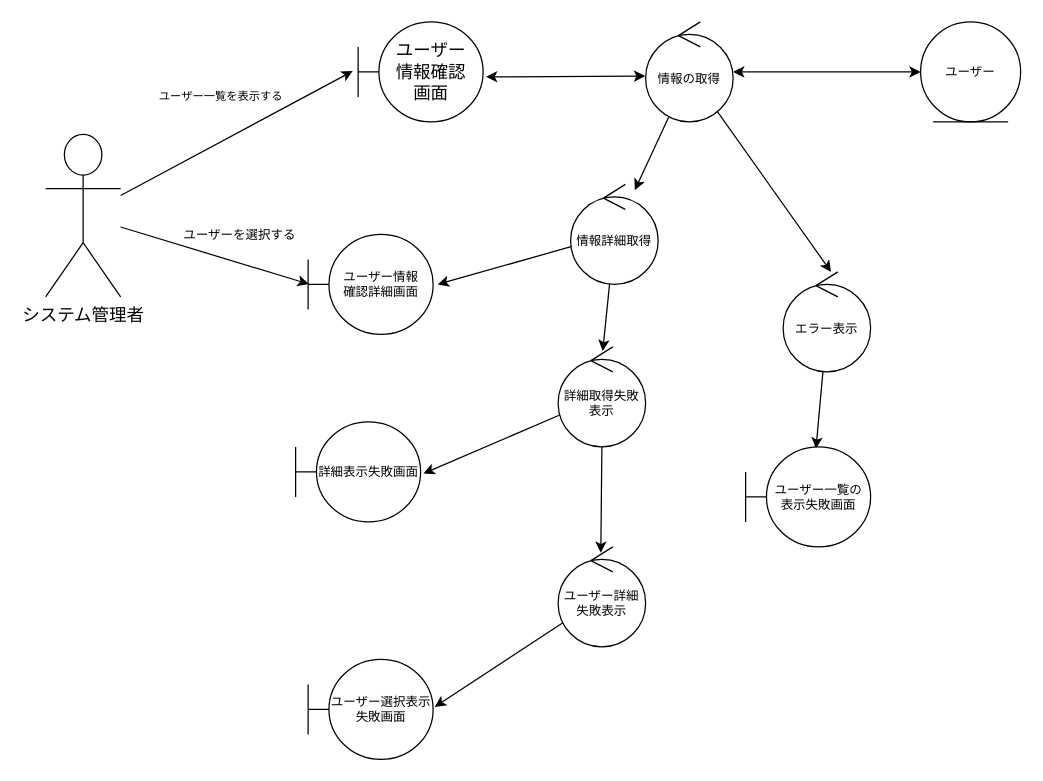
Above: page "ユーザー登録情報確認" (4 of 8) of out/ロバストネス図/システム管理者-ロバストネス図.drawio in ksw2270227/GroupF (draw.io), before the change. Source tidied: cells renumbered, new cells numbered last; positions are measured from the earlier drawing's top-left corner, leaving out a move shared by most shapes. Both pictures are drawn from the tidied source at 125%, with x=0, y=0 at pixel (45, 21).
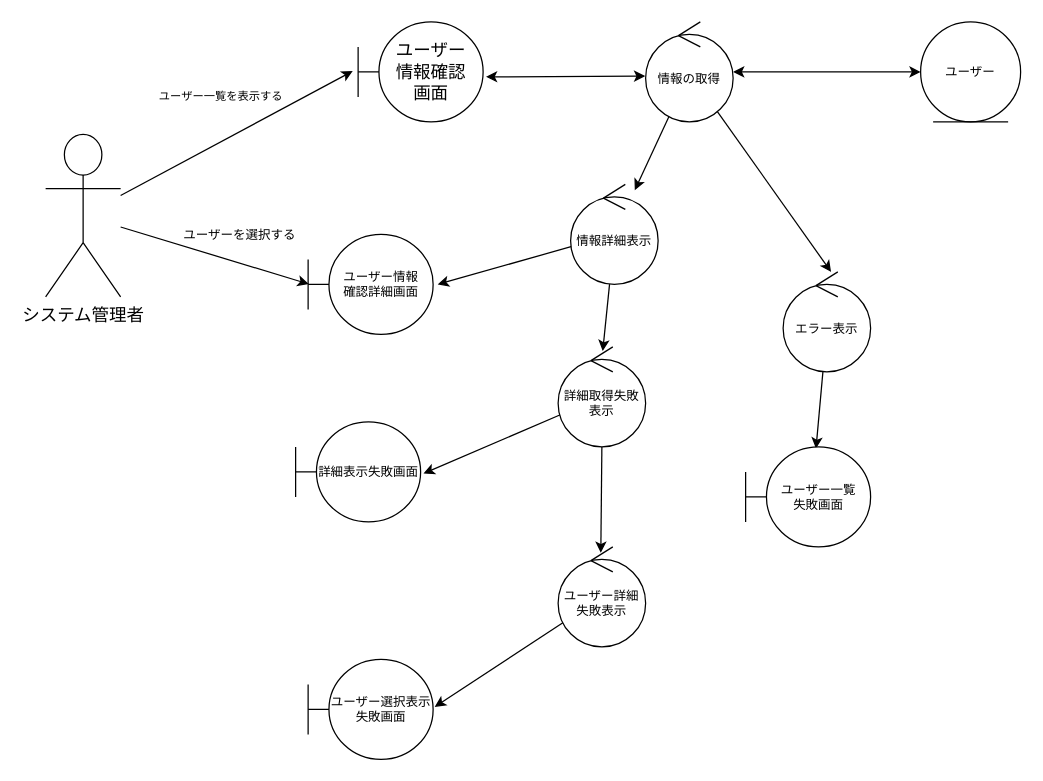
After the change.

The edit, as a diff of the source:
```diff
@@
-    <mxCell id="14" value="情報詳細取得" style="ellipse;shape=umlControl;whiteSpace=wrap;html=1;fontSize=10;" parent="1" vertex="1">
+    <mxCell id="14" value="情報詳細表示" style="ellipse;shape=umlControl;whiteSpace=wrap;html=1;fontSize=10;" parent="1" vertex="1">
       <mxGeometry x="420" y="130" width="70" height="80" as="geometry" />
     </mxCell>
@@
-    <mxCell id="18" value="ユーザー一覧の&lt;br&gt;表示失敗画面" style="shape=umlBoundary;whiteSpace=wrap;html=1;fontSize=10;" parent="1" vertex="1">
+    <mxCell id="18" value="ユーザー一覧&lt;br&gt;失敗画面" style="shape=umlBoundary;whiteSpace=wrap;html=1;fontSize=10;" parent="1" vertex="1">
       <mxGeometry x="560" y="340" width="100" height="80" as="geometry" />
     </mxCell>
```
